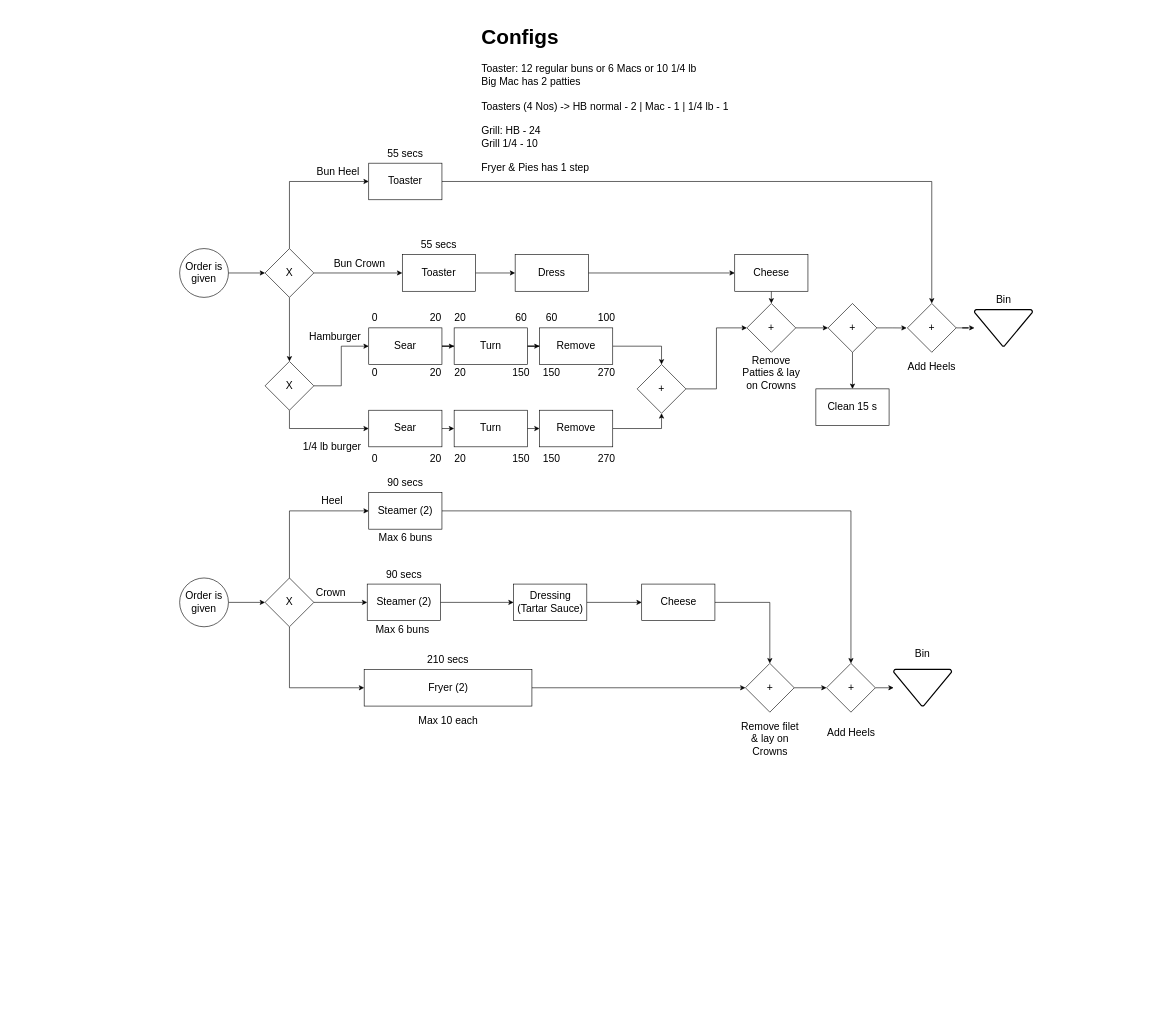
Earlier version of the draw.io diagram McD Flowchart.drawio (Adidash22/Adidash22). Source tidied: cells renumbered, new cells numbered last; positions are measured from the earlier drawing's top-left corner, leaving out a move shared by most shapes. Both pictures are drawn from the tidied source at 61%, with x=0, y=0 at pixel (179, 16).
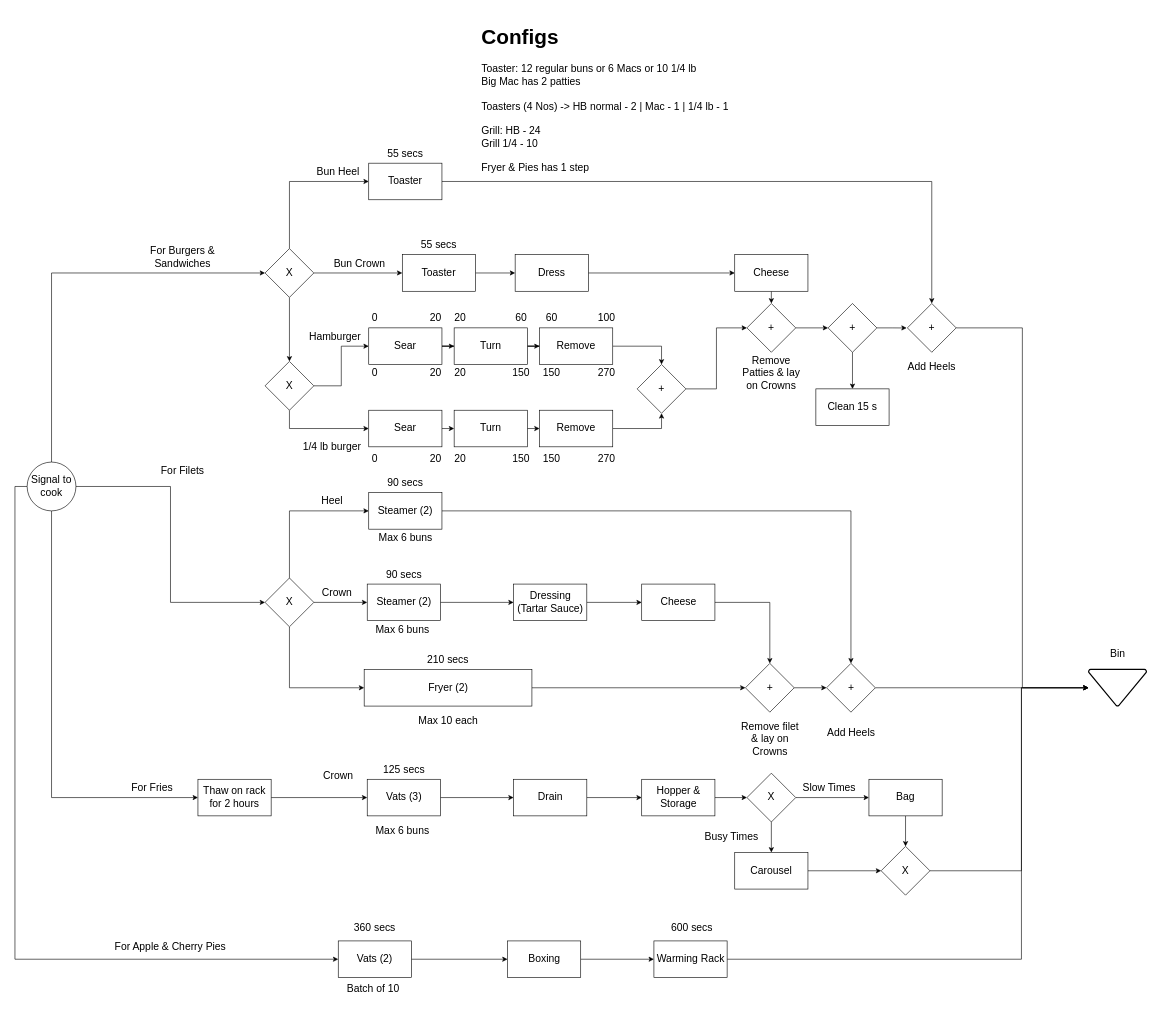
The same diagram, later.

The change refers to these unchanged cells:
```xml
<mxCell id="7" value="X" style="rhombus;whiteSpace=wrap;html=1;fontSize=17;" parent="1" vertex="1">
  <mxGeometry x="140" y="380" width="80" height="80" as="geometry" />
</mxCell>
<mxCell id="31" value="+" style="rhombus;whiteSpace=wrap;html=1;fontSize=17;" parent="1" vertex="1">
  <mxGeometry x="1193" y="470" width="80" height="80" as="geometry" />
</mxCell>
<mxCell id="75" value="X" style="rhombus;whiteSpace=wrap;html=1;fontSize=17;" parent="1" vertex="1">
  <mxGeometry x="140" y="920" width="80" height="80" as="geometry" />
</mxCell>
```

Diff of the diagram source:
```diff
@@
-    <mxCell id="2" style="edgeStyle=orthogonalEdgeStyle;rounded=0;jettySize=auto;html=1;exitX=1;exitY=0.5;exitDx=0;exitDy=0;fontSize=17;" parent="1" edge="1" source="3" target="7">
+    <mxCell id="2" style="edgeStyle=orthogonalEdgeStyle;rounded=0;jettySize=auto;html=1;exitX=0.5;exitY=0;exitDx=0;exitDy=0;entryX=0;entryY=0.5;entryDx=0;entryDy=0;fontSize=17;" parent="1" edge="1" source="3" target="7">
       <mxGeometry relative="1" as="geometry" />
     </mxCell>
+    <mxCell id="103" style="edgeStyle=orthogonalEdgeStyle;rounded=0;jettySize=auto;html=1;exitX=0.5;exitY=1;exitDx=0;exitDy=0;entryX=0;entryY=0.5;entryDx=0;entryDy=0;fontSize=17;" parent="1" edge="1" source="3" target="117">
+      <mxGeometry relative="1" as="geometry" />
+    </mxCell>
+    <mxCell id="104" style="edgeStyle=orthogonalEdgeStyle;rounded=0;jettySize=auto;html=1;exitX=0;exitY=0.5;exitDx=0;exitDy=0;entryX=0;entryY=0.5;entryDx=0;entryDy=0;fontSize=17;" parent="1" edge="1" source="3" target="131">
+      <mxGeometry relative="1" as="geometry" />
+    </mxCell>
-    <mxCell id="3" value="Order is given" style="ellipse;whiteSpace=wrap;html=1;fontSize=17;" parent="1" vertex="1">
-      <mxGeometry y="380" width="80" height="80" as="geometry" />
+    <mxCell id="3" value="Signal to cook" style="ellipse;whiteSpace=wrap;html=1;fontSize=17;" parent="1" vertex="1">
+      <mxGeometry x="-250" y="730" width="80" height="80" as="geometry" />
     </mxCell>
@@
-    <mxCell id="26" style="strokeWidth=2;html=1;shape=mxgraph.flowchart.merge_or_storage;whiteSpace=wrap;fontSize=17;" parent="1" vertex="1">
-      <mxGeometry x="1303" y="480" width="95" height="60" as="geometry" />
-    </mxCell>
@@
-    <mxCell id="30" style="edgeStyle=orthogonalEdgeStyle;rounded=0;jettySize=auto;html=1;exitX=1;exitY=0.5;exitDx=0;exitDy=0;fontSize=17;" parent="1" edge="1" source="31" target="26">
+    <mxCell id="30" style="edgeStyle=orthogonalEdgeStyle;rounded=0;jettySize=auto;html=1;exitX=1;exitY=0.5;exitDx=0;exitDy=0;fontSize=17;entryX=0;entryY=0.5;entryDx=0;entryDy=0;entryPerimeter=0;" parent="1" edge="1" source="31" target="88">
       <mxGeometry relative="1" as="geometry" />
     </mxCell>
@@
-    <mxCell id="48" value="Bin" style="text;html=1;strokeColor=none;fillColor=none;align=center;verticalAlign=middle;whiteSpace=wrap;rounded=0;fontSize=17;" parent="1" vertex="1">
-      <mxGeometry x="1295.5" y="450" width="110" height="30" as="geometry" />
-    </mxCell>
@@
-    <mxCell id="70" style="edgeStyle=orthogonalEdgeStyle;rounded=0;jettySize=auto;html=1;exitX=1;exitY=0.5;exitDx=0;exitDy=0;entryX=0;entryY=0.5;entryDx=0;entryDy=0;fontSize=17;" parent="1" edge="1" source="71" target="75">
+    <mxCell id="70" style="edgeStyle=orthogonalEdgeStyle;rounded=0;jettySize=auto;html=1;exitX=1;exitY=0.5;exitDx=0;exitDy=0;entryX=0;entryY=0.5;entryDx=0;entryDy=0;fontSize=17;" parent="1" edge="1" source="3" target="75">
       <mxGeometry relative="1" as="geometry" />
     </mxCell>
-    <mxCell id="71" value="Order is given" style="ellipse;whiteSpace=wrap;html=1;fontSize=17;" parent="1" vertex="1">
-      <mxGeometry y="920" width="80" height="80" as="geometry" />
-    </mxCell>
@@
     <mxCell id="88" style="strokeWidth=2;html=1;shape=mxgraph.flowchart.merge_or_storage;whiteSpace=wrap;fontSize=17;" parent="1" vertex="1">
-      <mxGeometry x="1170.5" y="1070" width="95" height="60" as="geometry" />
+      <mxGeometry x="1490" y="1070" width="95" height="60" as="geometry" />
     </mxCell>
@@
     <mxCell id="92" value="Crown" style="text;html=1;strokeColor=none;fillColor=none;align=center;verticalAlign=middle;whiteSpace=wrap;rounded=0;fontSize=17;" parent="1" vertex="1">
-      <mxGeometry x="202.5" y="930" width="90" height="30" as="geometry" />
+      <mxGeometry x="212.5" y="930" width="90" height="30" as="geometry" />
     </mxCell>
@@
     <mxCell id="97" value="Bin" style="text;html=1;strokeColor=none;fillColor=none;align=center;verticalAlign=middle;whiteSpace=wrap;rounded=0;fontSize=17;" parent="1" vertex="1">
-      <mxGeometry x="1163" y="1030" width="110" height="30" as="geometry" />
+      <mxGeometry x="1482.5" y="1030" width="110" height="30" as="geometry" />
     </mxCell>
@@
+    <mxCell id="105" value="For Filets" style="text;html=1;strokeColor=none;fillColor=none;align=center;verticalAlign=middle;whiteSpace=wrap;rounded=0;fontSize=17;" parent="1" vertex="1">
+      <mxGeometry x="-70" y="730" width="150" height="30" as="geometry" />
+    </mxCell>
+    <mxCell id="106" value="For Burgers &amp;amp; Sandwiches" style="text;html=1;strokeColor=none;fillColor=none;align=center;verticalAlign=middle;whiteSpace=wrap;rounded=0;fontSize=17;" parent="1" vertex="1">
+      <mxGeometry x="-70" y="380" width="150" height="30" as="geometry" />
+    </mxCell>
+    <mxCell id="107" style="edgeStyle=orthogonalEdgeStyle;rounded=0;jettySize=auto;html=1;exitX=1;exitY=0.5;exitDx=0;exitDy=0;entryX=0;entryY=0.5;entryDx=0;entryDy=0;fontSize=17;" parent="1" edge="1" source="108" target="113">
+      <mxGeometry relative="1" as="geometry" />
+    </mxCell>
+    <mxCell id="108" value="Vats (3)" style="rounded=0;whiteSpace=wrap;html=1;fontSize=17;" parent="1" vertex="1">
+      <mxGeometry x="307.5" y="1250" width="120" height="60" as="geometry" />
+    </mxCell>
+    <mxCell id="109" value="Crown" style="text;html=1;strokeColor=none;fillColor=none;align=center;verticalAlign=middle;whiteSpace=wrap;rounded=0;fontSize=17;" parent="1" vertex="1">
+      <mxGeometry x="215" y="1230" width="90" height="30" as="geometry" />
+    </mxCell>
+    <mxCell id="110" value="125 secs" style="text;html=1;strokeColor=none;fillColor=none;align=center;verticalAlign=middle;whiteSpace=wrap;rounded=0;fontSize=17;" parent="1" vertex="1">
+      <mxGeometry x="327.5" y="1220" width="80" height="30" as="geometry" />
+    </mxCell>
+    <mxCell id="111" value="Max 6 buns" style="text;html=1;strokeColor=none;fillColor=none;align=center;verticalAlign=middle;whiteSpace=wrap;rounded=0;fontSize=17;" parent="1" vertex="1">
+      <mxGeometry x="307.5" y="1320" width="115" height="30" as="geometry" />
+    </mxCell>
+    <mxCell id="112" style="edgeStyle=orthogonalEdgeStyle;rounded=0;jettySize=auto;html=1;exitX=1;exitY=0.5;exitDx=0;exitDy=0;entryX=0;entryY=0.5;entryDx=0;entryDy=0;fontSize=17;" parent="1" edge="1" source="113" target="115">
+      <mxGeometry relative="1" as="geometry" />
+    </mxCell>
+    <mxCell id="113" value="Drain" style="rounded=0;whiteSpace=wrap;html=1;fontSize=17;" parent="1" vertex="1">
+      <mxGeometry x="547.5" y="1250" width="120" height="60" as="geometry" />
+    </mxCell>
+    <mxCell id="114" style="edgeStyle=orthogonalEdgeStyle;rounded=0;jettySize=auto;html=1;exitX=1;exitY=0.5;exitDx=0;exitDy=0;entryX=0;entryY=0.5;entryDx=0;entryDy=0;fontSize=17;" parent="1" edge="1" source="115" target="120">
+      <mxGeometry relative="1" as="geometry" />
+    </mxCell>
+    <mxCell id="115" value="Hopper &amp;amp; Storage" style="rounded=0;whiteSpace=wrap;html=1;fontSize=17;" parent="1" vertex="1">
+      <mxGeometry x="757.5" y="1250" width="120" height="60" as="geometry" />
+    </mxCell>
+    <mxCell id="116" style="edgeStyle=orthogonalEdgeStyle;rounded=0;jettySize=auto;html=1;exitX=1;exitY=0.5;exitDx=0;exitDy=0;fontSize=17;" parent="1" edge="1" source="117" target="108">
+      <mxGeometry relative="1" as="geometry" />
+    </mxCell>
+    <mxCell id="117" value="Thaw on rack for 2 hours" style="rounded=0;whiteSpace=wrap;html=1;fontSize=17;" parent="1" vertex="1">
+      <mxGeometry x="30" y="1250" width="120" height="60" as="geometry" />
+    </mxCell>
+    <mxCell id="118" style="edgeStyle=orthogonalEdgeStyle;rounded=0;jettySize=auto;html=1;exitX=0.5;exitY=1;exitDx=0;exitDy=0;fontSize=17;" parent="1" edge="1" source="120" target="122">
+      <mxGeometry relative="1" as="geometry" />
+    </mxCell>
+    <mxCell id="119" style="edgeStyle=orthogonalEdgeStyle;rounded=0;jettySize=auto;html=1;exitX=1;exitY=0.5;exitDx=0;exitDy=0;entryX=0;entryY=0.5;entryDx=0;entryDy=0;fontSize=17;" parent="1" edge="1" source="120" target="124">
+      <mxGeometry relative="1" as="geometry" />
+    </mxCell>
+    <mxCell id="120" value="X" style="rhombus;whiteSpace=wrap;html=1;fontSize=17;" parent="1" vertex="1">
+      <mxGeometry x="930" y="1240" width="80" height="80" as="geometry" />
+    </mxCell>
+    <mxCell id="121" style="edgeStyle=orthogonalEdgeStyle;rounded=0;jettySize=auto;html=1;exitX=1;exitY=0.5;exitDx=0;exitDy=0;entryX=0;entryY=0.5;entryDx=0;entryDy=0;fontSize=17;" parent="1" edge="1" source="122" target="126">
+      <mxGeometry relative="1" as="geometry" />
+    </mxCell>
+    <mxCell id="122" value="Carousel" style="rounded=0;whiteSpace=wrap;html=1;fontSize=17;" parent="1" vertex="1">
+      <mxGeometry x="910" y="1370" width="120" height="60" as="geometry" />
+    </mxCell>
+    <mxCell id="123" style="edgeStyle=orthogonalEdgeStyle;rounded=0;jettySize=auto;html=1;exitX=0.5;exitY=1;exitDx=0;exitDy=0;entryX=0.5;entryY=0;entryDx=0;entryDy=0;fontSize=17;" parent="1" edge="1" source="124" target="126">
+      <mxGeometry relative="1" as="geometry" />
+    </mxCell>
+    <mxCell id="124" value="Bag" style="rounded=0;whiteSpace=wrap;html=1;fontSize=17;" parent="1" vertex="1">
+      <mxGeometry x="1130" y="1250" width="120" height="60" as="geometry" />
+    </mxCell>
+    <mxCell id="125" style="edgeStyle=orthogonalEdgeStyle;rounded=0;jettySize=auto;html=1;exitX=1;exitY=0.5;exitDx=0;exitDy=0;fontSize=17;entryX=0;entryY=0.5;entryDx=0;entryDy=0;entryPerimeter=0;" parent="1" edge="1" source="126" target="88">
+      <mxGeometry relative="1" as="geometry">
+        <Array as="points">
+          <mxPoint x="1380" y="1400" />
+          <mxPoint x="1380" y="1100" />
+        </Array>
+      </mxGeometry>
+    </mxCell>
+    <mxCell id="126" value="X" style="rhombus;whiteSpace=wrap;html=1;fontSize=17;" parent="1" vertex="1">
+      <mxGeometry x="1150" y="1360" width="80" height="80" as="geometry" />
+    </mxCell>
+    <mxCell id="127" value="Slow Times" style="text;html=1;strokeColor=none;fillColor=none;align=center;verticalAlign=middle;whiteSpace=wrap;rounded=0;fontSize=17;" parent="1" vertex="1">
+      <mxGeometry x="1010" y="1249" width="110" height="30" as="geometry" />
+    </mxCell>
+    <mxCell id="128" value="Busy Times" style="text;html=1;strokeColor=none;fillColor=none;align=center;verticalAlign=middle;whiteSpace=wrap;rounded=0;fontSize=17;" parent="1" vertex="1">
+      <mxGeometry x="850" y="1330" width="110" height="30" as="geometry" />
+    </mxCell>
+    <mxCell id="129" value="For Fries" style="text;html=1;strokeColor=none;fillColor=none;align=center;verticalAlign=middle;whiteSpace=wrap;rounded=0;fontSize=17;" parent="1" vertex="1">
+      <mxGeometry x="-120" y="1250" width="150" height="30" as="geometry" />
+    </mxCell>
+    <mxCell id="130" style="edgeStyle=orthogonalEdgeStyle;rounded=0;jettySize=auto;html=1;exitX=1;exitY=0.5;exitDx=0;exitDy=0;entryX=0;entryY=0.5;entryDx=0;entryDy=0;fontSize=17;" parent="1" edge="1" source="131" target="133">
+      <mxGeometry relative="1" as="geometry" />
+    </mxCell>
+    <mxCell id="131" value="Vats (2)" style="rounded=0;whiteSpace=wrap;html=1;fontSize=17;" parent="1" vertex="1">
+      <mxGeometry x="260" y="1515" width="120" height="60" as="geometry" />
+    </mxCell>
+    <mxCell id="132" style="edgeStyle=orthogonalEdgeStyle;rounded=0;jettySize=auto;html=1;exitX=1;exitY=0.5;exitDx=0;exitDy=0;fontSize=17;entryX=0;entryY=0.5;entryDx=0;entryDy=0;" parent="1" edge="1" source="133" target="135">
+      <mxGeometry relative="1" as="geometry" />
+    </mxCell>
+    <mxCell id="133" value="Boxing" style="rounded=0;whiteSpace=wrap;html=1;fontSize=17;" parent="1" vertex="1">
+      <mxGeometry x="537.5" y="1515" width="120" height="60" as="geometry" />
+    </mxCell>
+    <mxCell id="134" style="edgeStyle=orthogonalEdgeStyle;rounded=0;jettySize=auto;html=1;exitX=1;exitY=0.5;exitDx=0;exitDy=0;entryX=0;entryY=0.5;entryDx=0;entryDy=0;entryPerimeter=0;fontSize=17;" parent="1" edge="1" source="135" target="88">
+      <mxGeometry relative="1" as="geometry">
+        <Array as="points">
+          <mxPoint x="1380" y="1545" />
+          <mxPoint x="1380" y="1100" />
+        </Array>
+      </mxGeometry>
+    </mxCell>
+    <mxCell id="135" value="Warming Rack" style="rounded=0;whiteSpace=wrap;html=1;fontSize=17;" parent="1" vertex="1">
+      <mxGeometry x="777.5" y="1515" width="120" height="60" as="geometry" />
+    </mxCell>
+    <mxCell id="136" value="Batch of 10" style="text;html=1;strokeColor=none;fillColor=none;align=center;verticalAlign=middle;whiteSpace=wrap;rounded=0;fontSize=17;" parent="1" vertex="1">
+      <mxGeometry x="260" y="1580" width="115" height="30" as="geometry" />
+    </mxCell>
+    <mxCell id="137" value="360 secs" style="text;html=1;strokeColor=none;fillColor=none;align=center;verticalAlign=middle;whiteSpace=wrap;rounded=0;fontSize=17;" parent="1" vertex="1">
+      <mxGeometry x="280" y="1480" width="80" height="30" as="geometry" />
+    </mxCell>
+    <mxCell id="138" value="600 secs" style="text;html=1;strokeColor=none;fillColor=none;align=center;verticalAlign=middle;whiteSpace=wrap;rounded=0;fontSize=17;" parent="1" vertex="1">
+      <mxGeometry x="800" y="1480" width="80" height="30" as="geometry" />
+    </mxCell>
+    <mxCell id="139" value="For Apple &amp;amp; Cherry Pies" style="text;html=1;strokeColor=none;fillColor=none;align=center;verticalAlign=middle;whiteSpace=wrap;rounded=0;fontSize=17;" parent="1" vertex="1">
+      <mxGeometry x="-120" y="1510" width="210" height="30" as="geometry" />
+    </mxCell>
```
